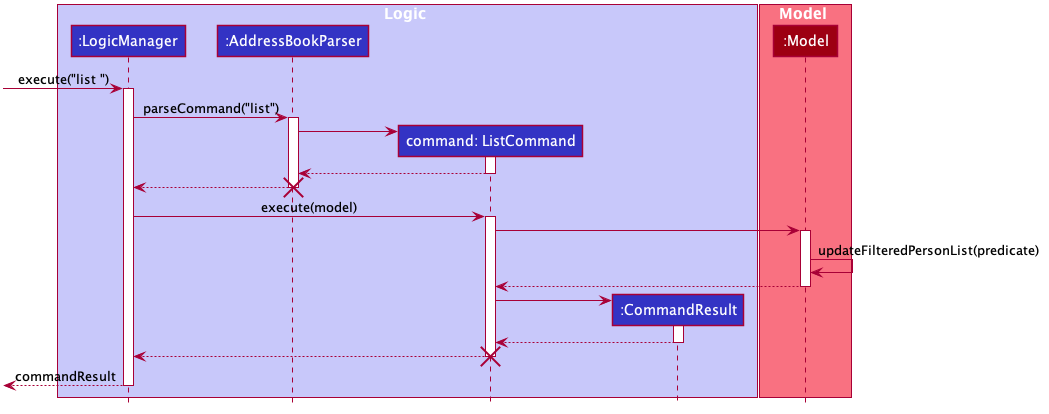
The PlantUML diagram docs/images/ListStudentSequenceDiagram.png in Rishi5154/tp, before a commit. Its diagram source:
```plantuml
@startuml








skinparam BackgroundColor #FFFFFFF

skinparam Shadowing false

skinparam Class {
    FontColor #FFFFFF
    BorderThickness 1
    BorderColor #FFFFFF
    StereotypeFontColor #FFFFFF
    FontName Arial
}

skinparam Actor {
    BorderColor #000000
    Color #000000
    FontName Arial
}

skinparam Sequence {
    MessageAlign center
    BoxFontSize 15
    BoxPadding 0
    BoxFontColor #FFFFFF
    FontName Arial
}

skinparam Participant {
    FontColor #FFFFFFF
    Padding 20
}

skinparam MinClassWidth 50
skinparam ParticipantPadding 10
skinparam Shadowing false
skinparam DefaultTextAlignment center
skinparam packageStyle Rectangle

hide footbox
hide members
hide circle

box Logic #C8C8FA
participant ":LogicManager" as LogicManager #3333C4
participant ":AddressBookParser" as AddressBookParser #3333C4
participant "command: ListCommand" as ListCommand #3333C4
participant "d:ListCommand" as ListCommand #3333C4
participant ":CommandResult" as CommandResult #3333C4

end box

box Model #F97181
participant ":Model" as Model #9D0012
end box

[-> LogicManager : execute("list ")
activate LogicManager

LogicManager -> AddressBookParser : parseCommand("list")
activate AddressBookParser

create ListCommand
AddressBookParser -> ListCommand
activate ListCommand

ListCommand --> AddressBookParser
deactivate ListCommand

AddressBookParser --> LogicManager
deactivate AddressBookParser
destroy AddressBookParser

LogicManager -> ListCommand : execute(model)
activate ListCommand

ListCommand -> Model
activate Model
Model -> Model : updateFilteredPersonList(predicate)
Model --> ListCommand
deactivate Model

create CommandResult
ListCommand -> CommandResult
activate CommandResult

CommandResult --> ListCommand
deactivate CommandResult

ListCommand --> LogicManager
deactivate ListCommand
destroy ListCommand

[<--LogicManager : commandResult
deactivate LogicManager
@enduml
```
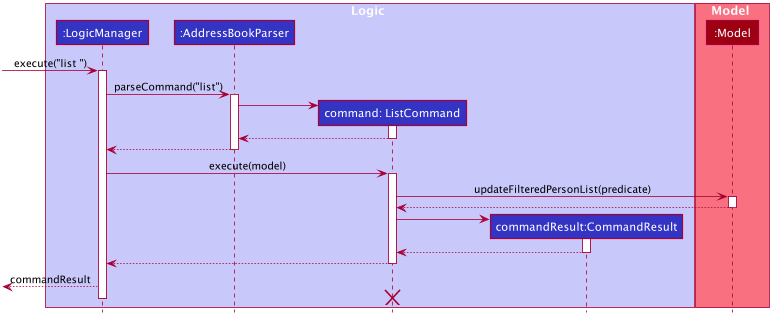
The same file after the commit.

Commit message:
Update DG: Improve existing Find/List Commands

What changed in the source:
```diff
@@ -52,8 +52,8 @@
 participant ":LogicManager" as LogicManager #3333C4
 participant ":AddressBookParser" as AddressBookParser #3333C4
 participant "command: ListCommand" as ListCommand #3333C4
-participant "d:ListCommand" as ListCommand #3333C4
-participant ":CommandResult" as CommandResult #3333C4
+participant "l:ListCommand" as ListCommand #3333C4
+participant "commandResult:CommandResult" as CommandResult #3333C4
 
 end box
 
@@ -76,14 +76,12 @@
 
 AddressBookParser --> LogicManager
 deactivate AddressBookParser
-destroy AddressBookParser
 
 LogicManager -> ListCommand : execute(model)
 activate ListCommand
 
-ListCommand -> Model
+ListCommand -> Model : updateFilteredPersonList(predicate)
 activate Model
-Model -> Model : updateFilteredPersonList(predicate)
 Model --> ListCommand
 deactivate Model
 
@@ -96,8 +94,9 @@
 
 ListCommand --> LogicManager
 deactivate ListCommand
-destroy ListCommand
 
 [<--LogicManager : commandResult
+ListCommand -[hidden]-> LogicManager
+destroy ListCommand
 deactivate LogicManager
 @enduml
```
